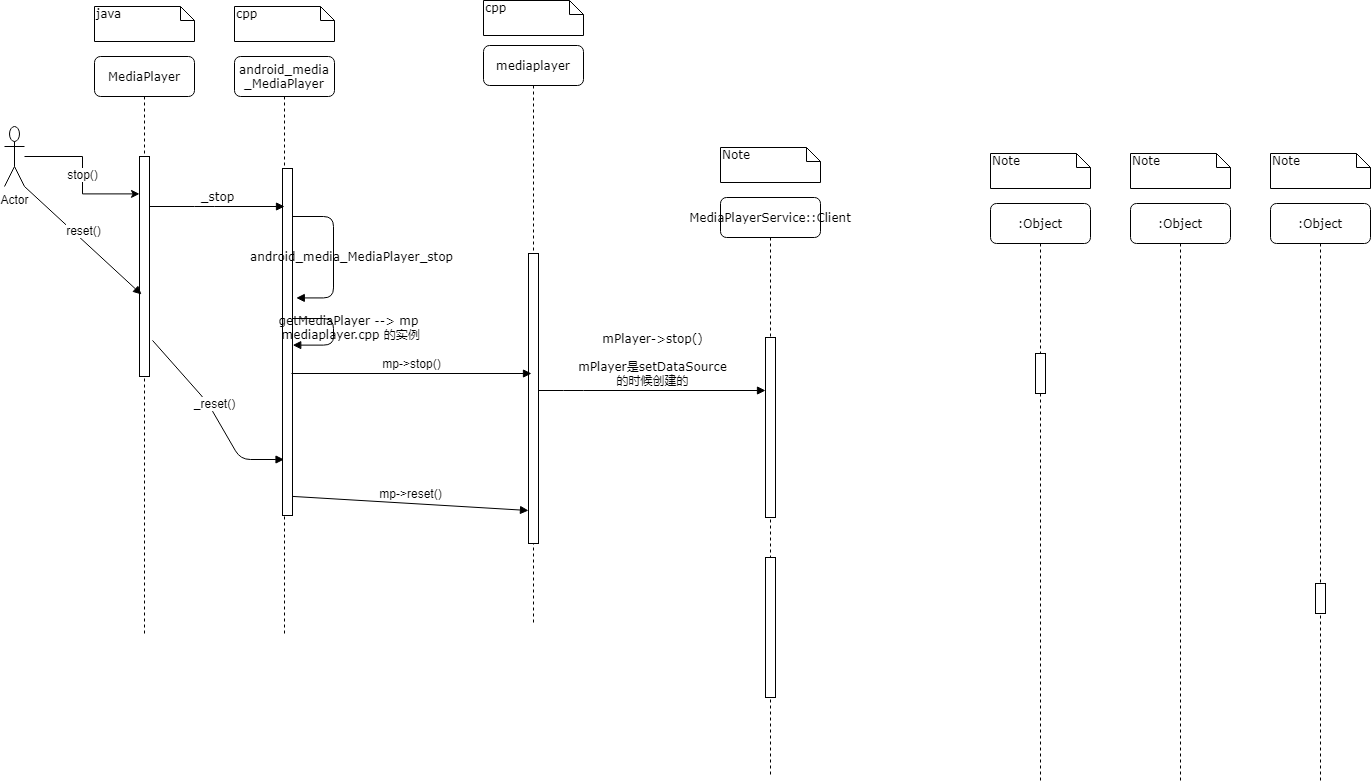
Above: android/player退出.png in yaodewei/Diagram (draw.io), before the change. Source tidied: cells renumbered, new cells last; positions are measured from the earlier drawing's top-left corner, leaving out a move shared by most shapes.
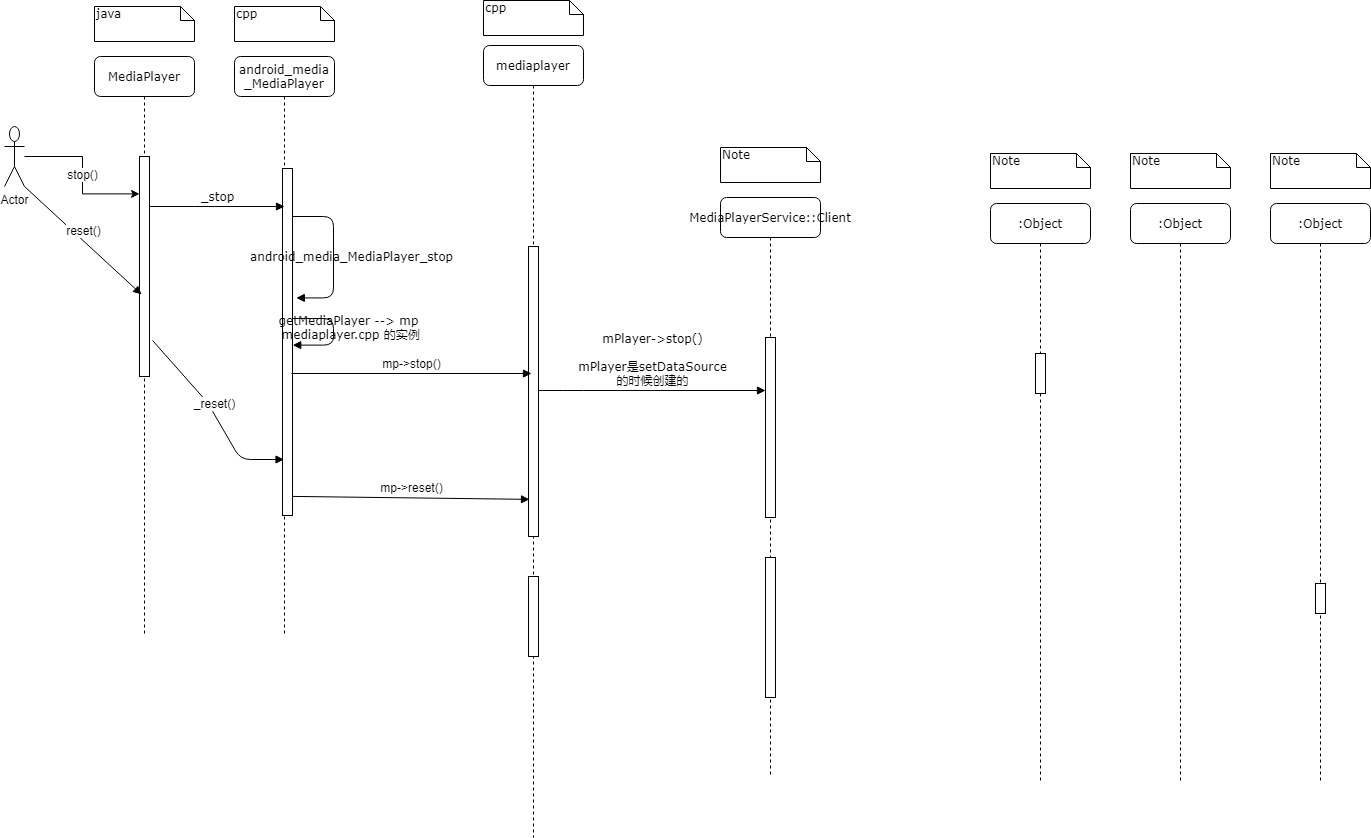
The same file after the commit.

What changed in the source:
```diff
@@ -33,11 +33,14 @@
       </mxGeometry>
     </mxCell>
     <mxCell id="6" value="mediaplayer" style="shape=umlLifeline;perimeter=lifelinePerimeter;whiteSpace=wrap;html=1;rounded=1;shadow=0;comic=0;labelBackgroundColor=none;strokeWidth=1;fontFamily=Verdana;fontSize=12;align=center;" parent="1" vertex="1">
-      <mxGeometry x="479" y="45" width="100" height="580" as="geometry" />
+      <mxGeometry x="479" y="45" width="100" height="792" as="geometry" />
     </mxCell>
     <mxCell id="7" style="html=1;points=[];perimeter=orthogonalPerimeter;rounded=0;shadow=0;comic=0;labelBackgroundColor=none;strokeWidth=1;fontFamily=Verdana;fontSize=12;align=center;" parent="6" vertex="1">
-      <mxGeometry x="45" y="208" width="10" height="290" as="geometry" />
+      <mxGeometry x="45" y="201" width="10" height="290" as="geometry" />
     </mxCell>
+    <mxCell id="33" style="html=1;perimeter=orthogonalPerimeter;" parent="6" vertex="1">
+      <mxGeometry x="45" y="531" width="10" height="80" as="geometry" />
+    </mxCell>
     <mxCell id="8" value="MediaPlayerService::Client" style="shape=umlLifeline;perimeter=lifelinePerimeter;whiteSpace=wrap;html=1;rounded=1;shadow=0;comic=0;labelBackgroundColor=none;strokeWidth=1;fontFamily=Verdana;fontSize=12;align=center;" parent="1" vertex="1">
       <mxGeometry x="716" y="197" width="100" height="580" as="geometry" />
     </mxCell>
@@ -134,10 +137,8 @@
         </Array>
       </mxGeometry>
     </mxCell>
-    <mxCell id="32" value="mp-&amp;gt;reset()" style="html=1;verticalAlign=bottom;endArrow=block;exitX=1;exitY=0.945;exitDx=0;exitDy=0;exitPerimeter=0;" parent="1" edge="1" source="3">
-      <mxGeometry relative="1" as="geometry">
-        <mxPoint x="524" y="510" as="targetPoint" />
-      </mxGeometry>
+    <mxCell id="32" value="mp-&amp;gt;reset()" style="html=1;verticalAlign=bottom;endArrow=block;exitX=1;exitY=0.945;exitDx=0;exitDy=0;exitPerimeter=0;entryX=0.1;entryY=0.872;entryDx=0;entryDy=0;entryPerimeter=0;" parent="1" edge="1" source="3" target="7">
+      <mxGeometry relative="1" as="geometry" />
     </mxCell>
   </root>
 </mxGraphModel>
```
